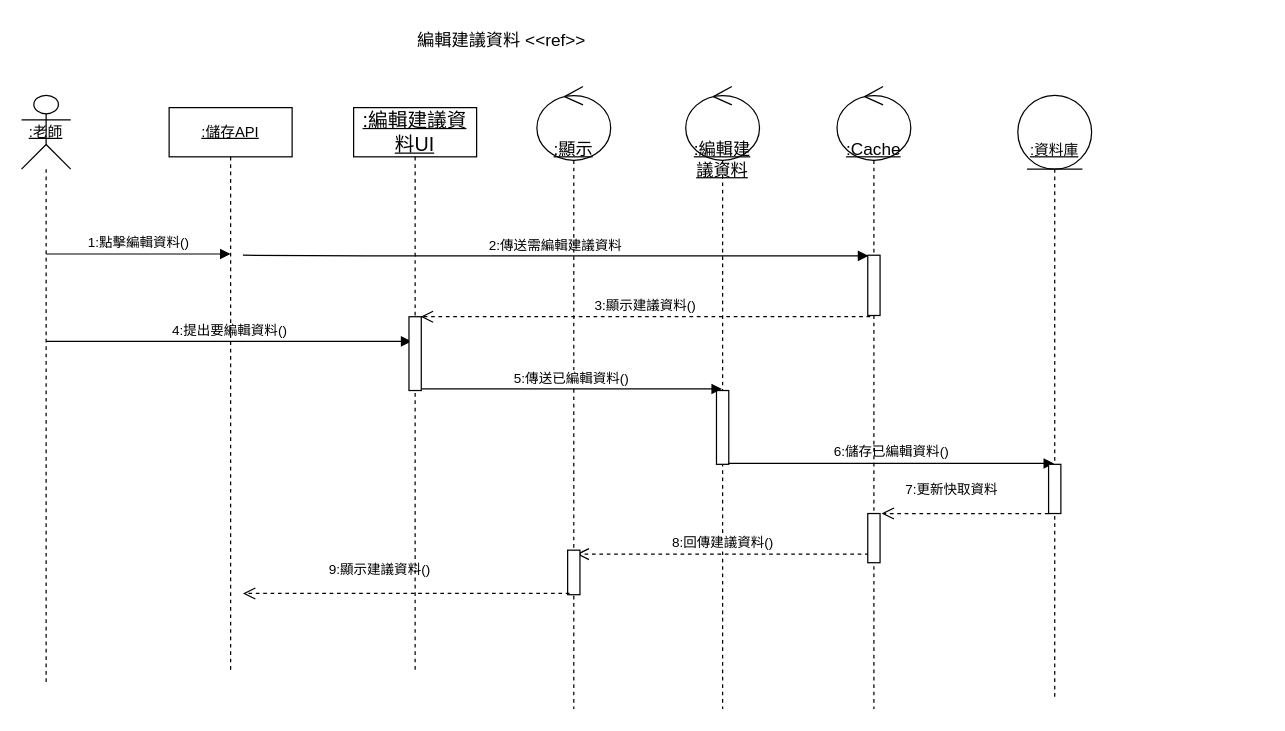
Before: 循序圖(編輯建議備課資料).drawio in Kevincheng0804/System-analysis, a draw.io diagram. Source tidied: cells renumbered, new cells numbered last; positions are measured from the earlier drawing's top-left corner, leaving out a move shared by most shapes. Both pictures are drawn from the tidied source at 123%, with x=0, y=0 at pixel (21, 21).
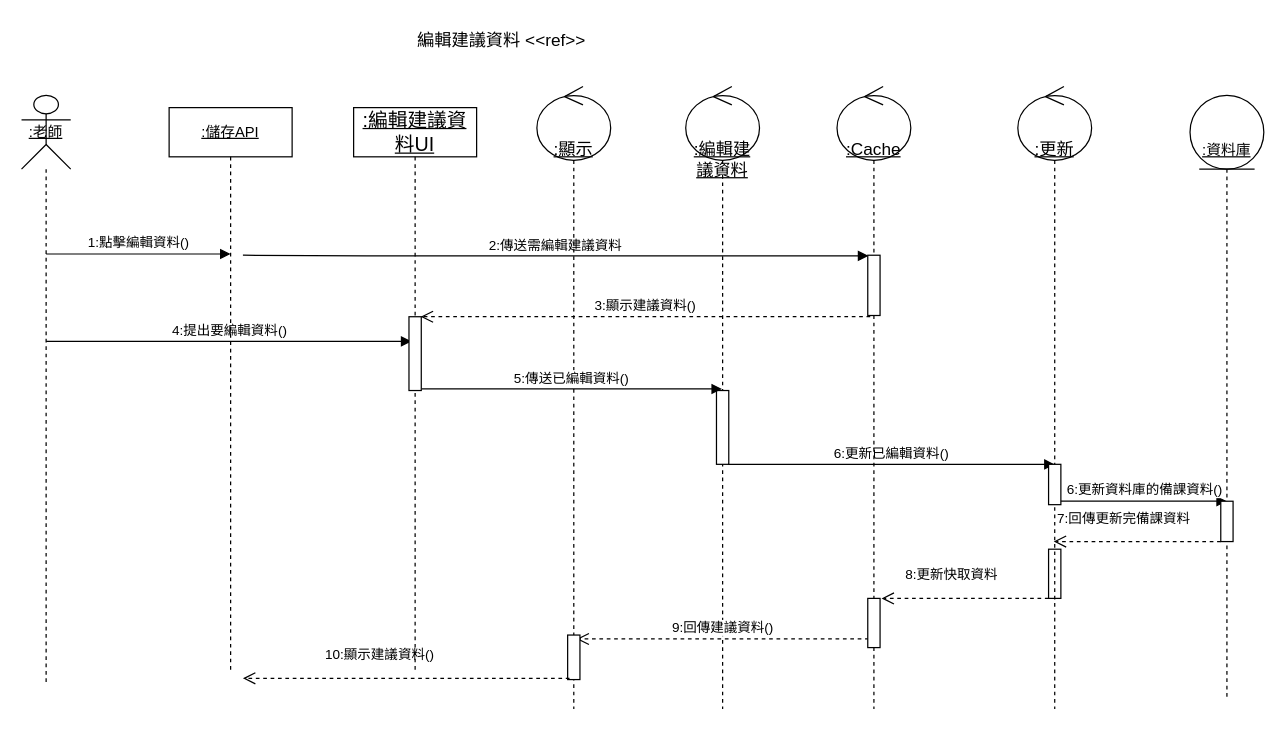
The same page after the edit.

Commit message:
更新循序圖(編輯建議備課資料).drawio

Unchanged cells that the change refers to:
```xml
<mxCell id="8" value="&lt;u&gt;:顯示&lt;/u&gt;" style="shape=umlLifeline;participant=umlControl;perimeter=lifelinePerimeter;whiteSpace=wrap;html=1;verticalAlign=top;spacingTop=36;fontSize=14;size=60;align=center;" parent="1" vertex="1">
  <mxGeometry x="419" y="52.8" width="60" height="506.2" as="geometry" />
</mxCell>
<mxCell id="19" value="&lt;u&gt;:Cache&lt;/u&gt;" style="shape=umlLifeline;participant=umlControl;perimeter=lifelinePerimeter;whiteSpace=wrap;html=1;verticalAlign=top;spacingTop=36;fontSize=14;size=60;align=center;" parent="1" vertex="1">
  <mxGeometry x="663" y="52.8" width="60" height="506.2" as="geometry" />
</mxCell>
```

The edit, as a diff of the source:
```diff
@@
-    <mxCell id="5" value="6:儲存已編輯資料()" style="html=1;verticalAlign=bottom;startArrow=none;startFill=0;endArrow=block;startSize=8;exitX=0.933;exitY=0.922;exitDx=0;exitDy=0;exitPerimeter=0;" parent="1" edge="1" target="22">
+    <mxCell id="5" value="6:更新已編輯資料()" style="html=1;verticalAlign=bottom;startArrow=none;startFill=0;endArrow=block;startSize=8;exitX=0.933;exitY=0.922;exitDx=0;exitDy=0;exitPerimeter=0;entryX=0.5;entryY=0.607;entryDx=0;entryDy=0;entryPerimeter=0;" parent="1" edge="1" target="25">
       <mxGeometry relative="1" as="geometry">
-        <mxPoint x="574.3" y="359.3" as="sourcePoint" />
+        <mxPoint x="574.3" y="360" as="sourcePoint" />
       </mxGeometry>
     </mxCell>
-    <mxCell id="6" value="8:回傳建議資料()" style="html=1;verticalAlign=bottom;endArrow=open;dashed=1;endSize=8;" parent="1" edge="1">
+    <mxCell id="6" value="9:回傳建議資料()" style="html=1;verticalAlign=bottom;endArrow=open;dashed=1;endSize=8;" parent="1" edge="1">
       <mxGeometry relative="1" as="geometry">
-        <mxPoint x="688.8" y="433" as="sourcePoint" />
-        <mxPoint x="451.2" y="433" as="targetPoint" />
+        <mxPoint x="688.8" y="502" as="sourcePoint" />
+        <mxPoint x="451.2" y="502" as="targetPoint" />
         <Array as="points">
-          <mxPoint x="497.8" y="433" />
+          <mxPoint x="497.8" y="502" />
         </Array>
       </mxGeometry>
     </mxCell>
@@
     <mxCell id="9" style="html=1;perimeter=orthogonalPerimeter;" parent="8" vertex="1">
-      <mxGeometry x="25" y="377" width="10" height="36.2" as="geometry" />
+      <mxGeometry x="25" y="446" width="10" height="36.2" as="geometry" />
     </mxCell>
@@
-    <mxCell id="11" value="9:顯示建議資料()" style="html=1;verticalAlign=bottom;endArrow=open;dashed=1;endSize=8;" parent="1" edge="1">
+    <mxCell id="11" value="10:顯示建議資料()" style="html=1;verticalAlign=bottom;endArrow=open;dashed=1;endSize=8;" parent="1" edge="1">
       <mxGeometry x="0.17" y="-10" relative="1" as="geometry">
-        <mxPoint x="445.5" y="465" as="sourcePoint" />
-        <mxPoint x="180" y="465" as="targetPoint" />
+        <mxPoint x="445.5" y="534" as="sourcePoint" />
+        <mxPoint x="180" y="534" as="targetPoint" />
         <Array as="points">
-          <mxPoint x="252" y="465" />
+          <mxPoint x="252" y="534" />
         </Array>
       </mxGeometry>
     </mxCell>
@@
     <mxCell id="21" style="html=1;perimeter=orthogonalPerimeter;" parent="19" vertex="1">
-      <mxGeometry x="25" y="347.2" width="10" height="40" as="geometry" />
+      <mxGeometry x="25" y="416.2" width="10" height="40" as="geometry" />
     </mxCell>
     <mxCell id="22" value="&lt;div&gt;&lt;u&gt;&lt;br&gt;&lt;/u&gt;&lt;/div&gt;&lt;u&gt;&lt;div&gt;&lt;u&gt;&lt;br&gt;&lt;/u&gt;&lt;/div&gt;:資料庫&lt;/u&gt;" style="shape=umlLifeline;perimeter=lifelinePerimeter;whiteSpace=wrap;html=1;outlineConnect=0;portConstraint=eastwest;newEdgeStyle={&quot;curved&quot;:0,&quot;rounded&quot;:0};participant=umlEntity;size=60;" parent="1" vertex="1">
-      <mxGeometry x="810" y="60" width="60" height="490" as="geometry" />
+      <mxGeometry x="950" y="60" width="60" height="490" as="geometry" />
     </mxCell>
     <mxCell id="23" style="html=1;perimeter=orthogonalPerimeter;" parent="1" vertex="1">
-      <mxGeometry x="835" y="360" width="10" height="40" as="geometry" />
+      <mxGeometry x="835" y="429" width="10" height="40" as="geometry" />
     </mxCell>
-    <mxCell id="24" value="7:更新快取資料" style="html=1;verticalAlign=bottom;endArrow=open;dashed=1;endSize=8;" parent="1" edge="1">
-      <mxGeometry x="0.17" y="-10" relative="1" as="geometry">
-        <mxPoint x="835" y="400" as="sourcePoint" />
-        <mxPoint x="699.2" y="400" as="targetPoint" />
+    <mxCell id="24" value="8:更新快取資料" style="html=1;verticalAlign=bottom;endArrow=open;dashed=1;endSize=8;" parent="1" edge="1">
+      <mxGeometry x="0.16" y="-10" relative="1" as="geometry">
+        <mxPoint x="835" y="469" as="sourcePoint" />
+        <mxPoint x="699.2" y="469" as="targetPoint" />
       </mxGeometry>
     </mxCell>
+    <mxCell id="25" value="&lt;u&gt;:更新&lt;/u&gt;" style="shape=umlLifeline;participant=umlControl;perimeter=lifelinePerimeter;whiteSpace=wrap;html=1;verticalAlign=top;spacingTop=36;outlineConnect=0;fontSize=14;size=60;align=center;" parent="1" vertex="1">
+      <mxGeometry x="810" y="52.8" width="60" height="506.2" as="geometry" />
+    </mxCell>
+    <mxCell id="26" style="html=1;perimeter=orthogonalPerimeter;" parent="25" vertex="1">
+      <mxGeometry x="25" y="307.2" width="10" height="32.8" as="geometry" />
+    </mxCell>
+    <mxCell id="27" value="6:更新資料庫的備課資料()" style="html=1;verticalAlign=bottom;startArrow=none;startFill=0;endArrow=block;startSize=8;exitX=0.933;exitY=0.922;exitDx=0;exitDy=0;exitPerimeter=0;" parent="1" edge="1">
+      <mxGeometry relative="1" as="geometry">
+        <mxPoint x="845" y="390" as="sourcePoint" />
+        <mxPoint x="980" y="390" as="targetPoint" />
+      </mxGeometry>
+    </mxCell>
+    <mxCell id="28" style="html=1;perimeter=orthogonalPerimeter;" parent="1" vertex="1">
+      <mxGeometry x="975" y="390" width="10" height="32.8" as="geometry" />
+    </mxCell>
+    <mxCell id="29" value="7:回傳更新完備課資料" style="html=1;verticalAlign=bottom;endArrow=open;dashed=1;endSize=8;" parent="1" edge="1">
+      <mxGeometry x="0.17" y="-10" relative="1" as="geometry">
+        <mxPoint x="975" y="422.8" as="sourcePoint" />
+        <mxPoint x="839.2" y="422.8" as="targetPoint" />
+      </mxGeometry>
+    </mxCell>
```
